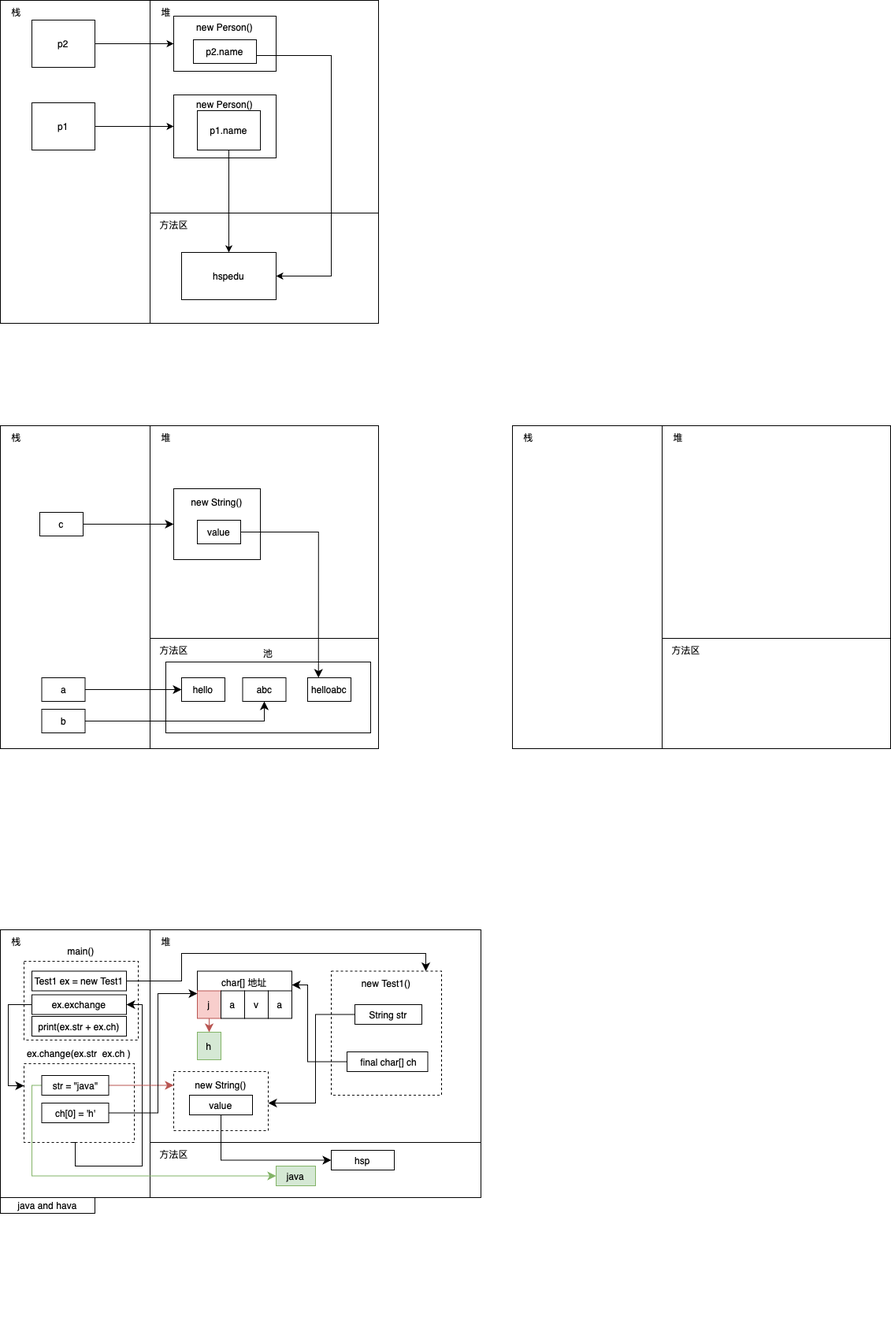
Stolorzs/Picgo keeps this draw.io diagram as drawio/White.png. Above is the earlier version. Source tidied: cells renumbered, new cells last; positions are measured from the earlier drawing's top-left corner, leaving out a move shared by most shapes.
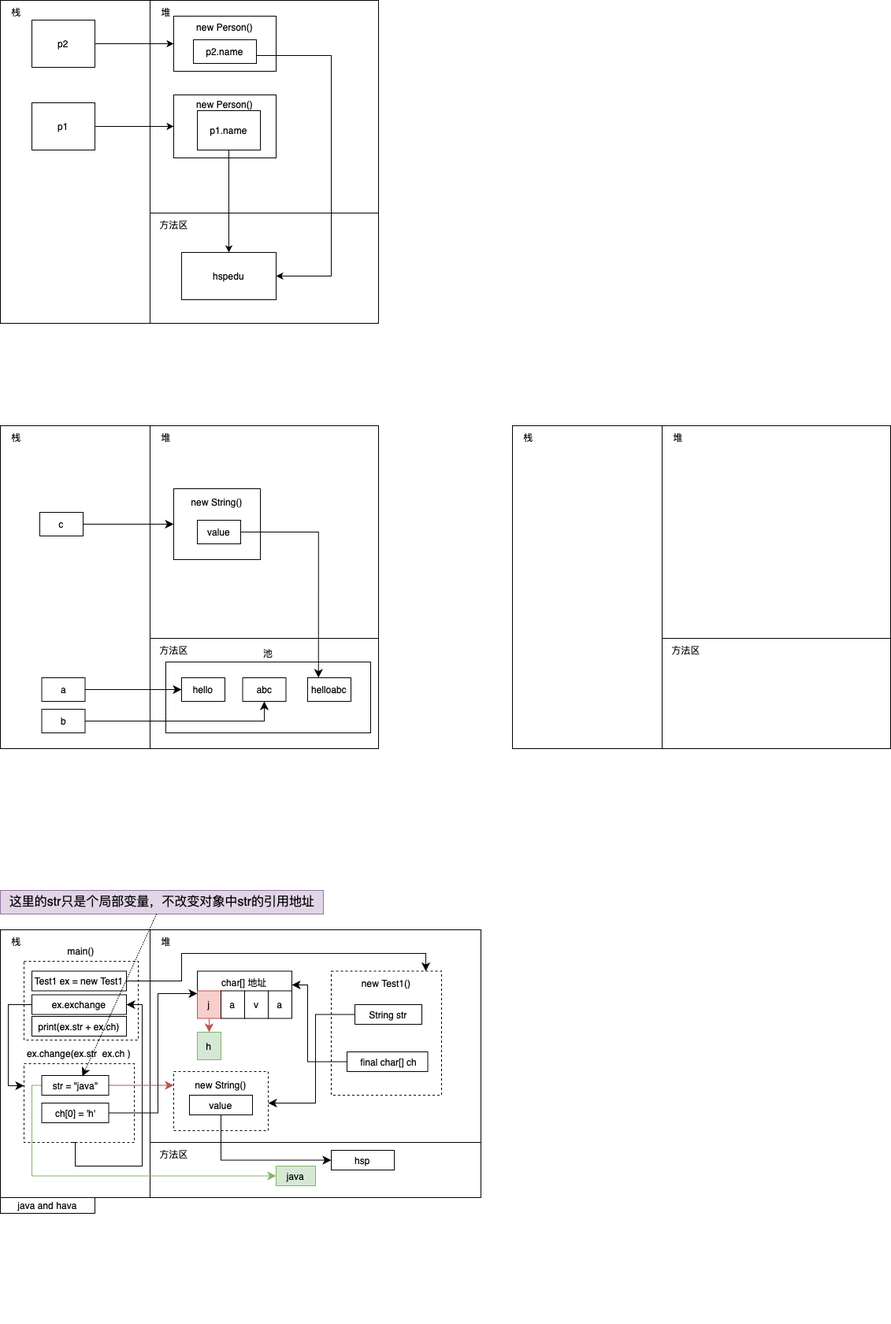
The same diagram one commit later.

Diff of the diagram source:
```diff
@@ -305,5 +305,11 @@
     <mxCell id="84" value="print(ex.str + ex.ch)" style="rounded=0;whiteSpace=wrap;html=1;" parent="1" vertex="1">
       <mxGeometry x="40" y="1290" width="120" height="25" as="geometry" />
     </mxCell>
+    <mxCell id="85" value="这里的str只是个局部变量，不改变对象中str的引用地址" style="text;html=1;align=center;verticalAlign=middle;points=[];fontSize=16;fillColor=#e1d5e7;strokeColor=#9673a6;" parent="1" vertex="1">
+      <mxGeometry y="1130" width="410" height="30" as="geometry" />
+    </mxCell>
+    <mxCell id="86" style="edgeStyle=none;curved=1;rounded=0;jettySize=auto;html=1;entryX=0.606;entryY=0.04;entryDx=0;entryDy=0;entryPerimeter=0;fontSize=12;startSize=8;endSize=8;dashed=1;dashPattern=1 2;" parent="1" edge="1" source="85" target="78">
+      <mxGeometry relative="1" as="geometry" />
+    </mxCell>
   </root>
 </mxGraphModel>
```
